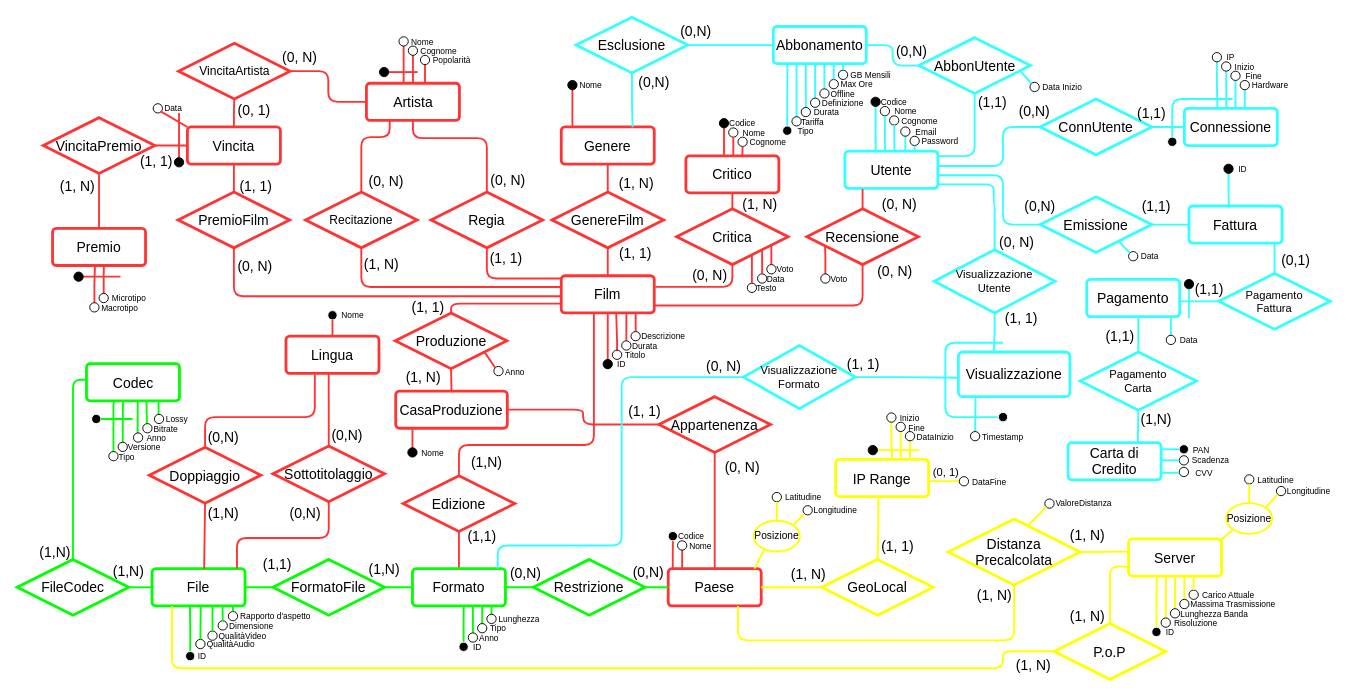
This is page "ER - ristrutturato" (2 of 2) of ER.drawio from Richie314/FilmSphere, a draw.io file, before an edit. Source tidied: cells renumbered, new cells numbered last; positions are measured from the earlier drawing's top-left corner, leaving out a move shared by most shapes. Both pictures are drawn from the tidied source at 93%, with x=0, y=0 at pixel (-123, 17).
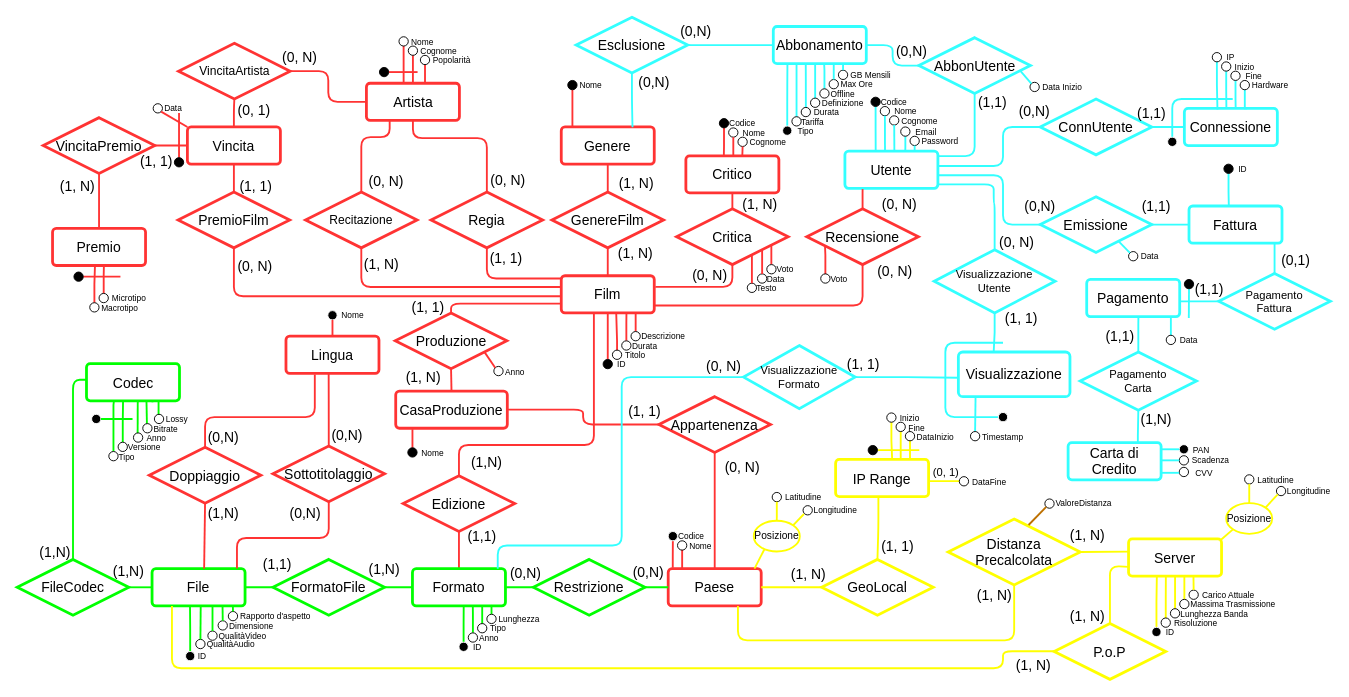
The same diagram, later.

The change refers to these unchanged cells:
```xml
<mxCell id="378" style="ellipse;whiteSpace=wrap;html=1;fillColor=#FFFFFF;strokeColor=#000000;" parent="1" vertex="1">
  <mxGeometry x="1255" y="518" width="10" height="10" as="geometry" />
</mxCell>
```

The edit, as a diff of the source:
```diff
@@
-    <mxCell id="23" value="&lt;font style=&quot;font-size: 15px;&quot;&gt;(1, 1)&lt;/font&gt;" style="text;html=1;strokeColor=none;fillColor=none;align=center;verticalAlign=middle;whiteSpace=wrap;rounded=0;" parent="1" vertex="1">
+    <mxCell id="23" value="&lt;font style=&quot;font-size: 15px;&quot;&gt;(1, N)&lt;/font&gt;" style="text;html=1;strokeColor=none;fillColor=none;align=center;verticalAlign=middle;whiteSpace=wrap;rounded=0;" parent="1" vertex="1">
       <mxGeometry x="785" y="238" width="60" height="30" as="geometry" />
     </mxCell>
@@
-    <mxCell id="380" style="endArrow=none;html=1;rounded=0;strokeColor=#FFFF00;strokeWidth=2;entryX=0;entryY=1;entryDx=0;entryDy=0;" parent="1" edge="1" target="378">
+    <mxCell id="380" style="endArrow=none;html=1;rounded=0;strokeColor=#BD7000;strokeWidth=2;entryX=0;entryY=1;entryDx=0;entryDy=0;fillColor=#f0a30a;" parent="1" edge="1" target="378">
       <mxGeometry relative="1" as="geometry">
         <mxPoint x="1237.5" y="546" as="sourcePoint" />
       </mxGeometry>
     </mxCell>
```
